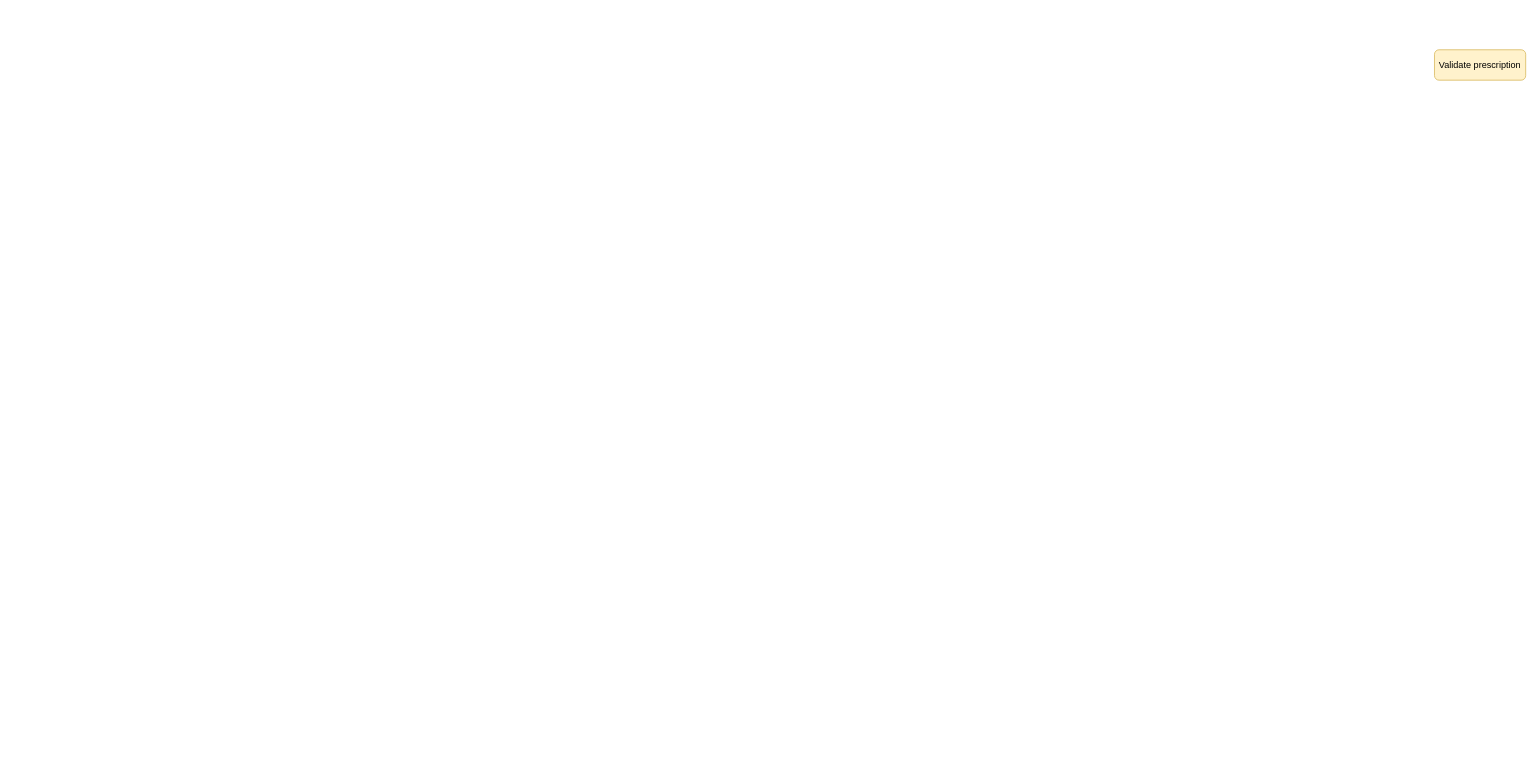
Above: page "Extra features for future releases" (8 of 9) of Untitled Diagram.drawio in Fredabb/MediMark-roadmap (draw.io), before the change. Source tidied: cells renumbered, new cells numbered last; positions are measured from the earlier drawing's top-left corner, leaving out a move shared by most shapes. Both pictures are drawn from the tidied source at 76%, with x=0, y=0 at pixel (1434, 49).
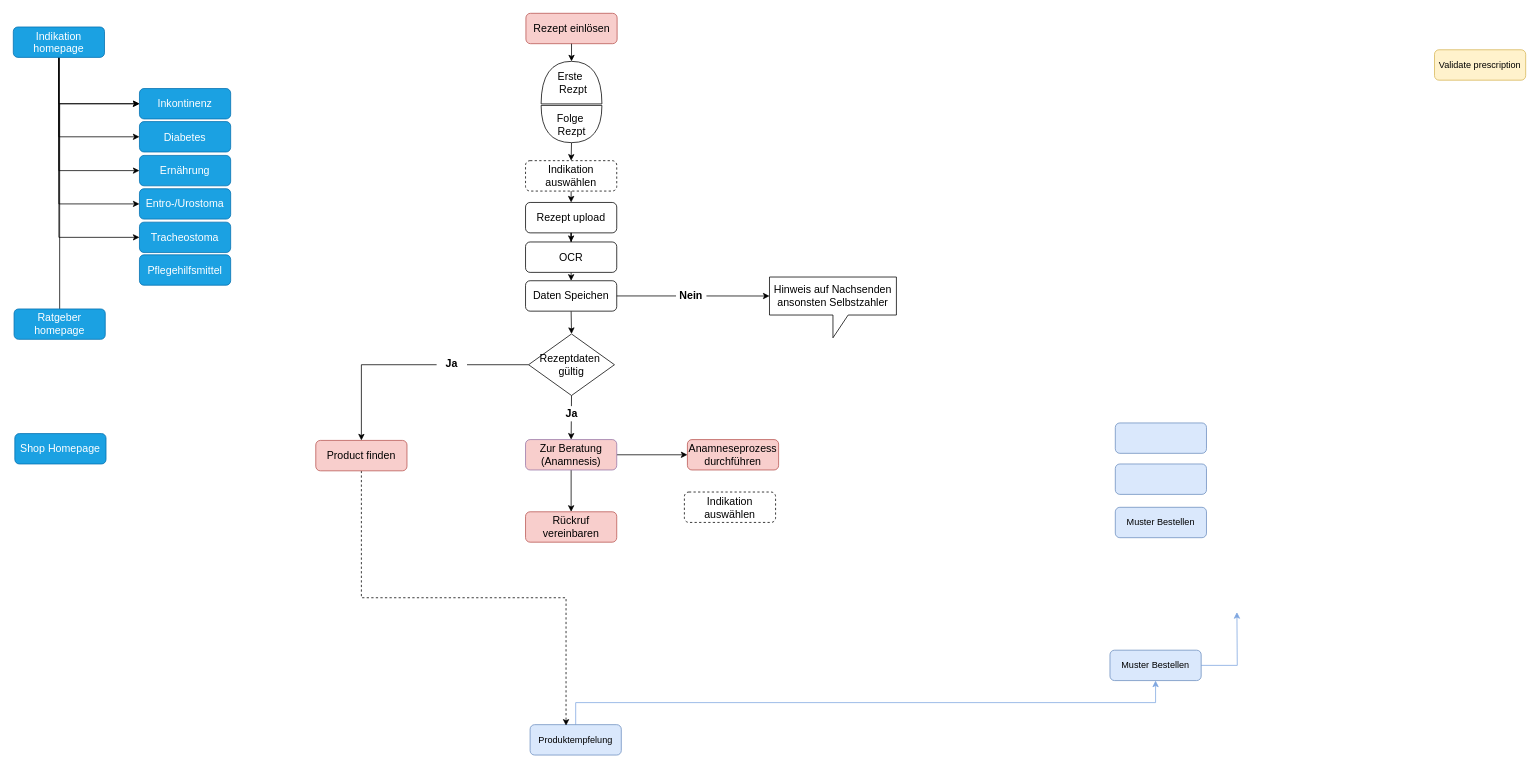
Above is the later version.

The edit, as a diff of the source:
```diff
@@
+    <mxCell id="3" value="&lt;font style=&quot;font-size: 14px&quot;&gt;Rezept einlösen&lt;/font&gt;" style="rounded=1;whiteSpace=wrap;html=1;fontSize=12;glass=0;strokeWidth=1;shadow=0;strokeColor=#b85450;fillColor=#F8CECC;" parent="1" vertex="1">
+      <mxGeometry x="-1195.5" y="-48" width="120" height="40" as="geometry" />
+    </mxCell>
+    <mxCell id="4" style="edgeStyle=orthogonalEdgeStyle;rounded=0;jettySize=auto;html=1;exitX=0.5;exitY=0;exitDx=0;exitDy=0;entryX=0.5;entryY=1;entryDx=0;entryDy=0;startArrow=none;startFill=0;strokeColor=#7EA6E0;" parent="1" edge="1" source="5" target="13">
+      <mxGeometry relative="1" as="geometry" />
+    </mxCell>
+    <mxCell id="5" value="Produktempfelung" style="rounded=1;whiteSpace=wrap;html=1;fontSize=12;glass=0;strokeWidth=1;shadow=0;fillColor=#dae8fc;strokeColor=#6c8ebf;" parent="1" vertex="1">
+      <mxGeometry x="-1190" y="888" width="120" height="40" as="geometry" />
+    </mxCell>
+    <mxCell id="6" style="edgeStyle=orthogonalEdgeStyle;rounded=0;jettySize=auto;html=1;exitX=0.5;exitY=1;exitDx=0;exitDy=0;entryX=0.5;entryY=0;entryDx=0;entryDy=0;startArrow=none;startFill=0;endArrow=classic;endFill=1;strokeColor=#000000;fontSize=14;fontColor=#7EA6E0;" parent="1" edge="1" source="8" target="28">
+      <mxGeometry relative="1" as="geometry" />
+    </mxCell>
+    <mxCell id="7" style="edgeStyle=none;rounded=0;jettySize=auto;html=1;exitX=1;exitY=0.5;exitDx=0;exitDy=0;entryX=0;entryY=0.5;entryDx=0;entryDy=0;startArrow=none;startFill=0;endArrow=classic;endFill=1;strokeColor=#000000;fontSize=14;fontColor=#7EA6E0;" parent="1" edge="1" source="8" target="14">
+      <mxGeometry relative="1" as="geometry" />
+    </mxCell>
+    <mxCell id="8" value="&lt;font style=&quot;font-size: 14px&quot;&gt;Zur Beratung (Anamnesis)&lt;/font&gt;" style="rounded=1;whiteSpace=wrap;html=1;fontSize=12;glass=0;strokeWidth=1;shadow=0;strokeColor=#9673a6;fillColor=#F8CECC;" parent="1" vertex="1">
+      <mxGeometry x="-1196" y="512.9" width="120" height="40" as="geometry" />
+    </mxCell>
+    <mxCell id="9" style="edgeStyle=orthogonalEdgeStyle;rounded=0;jettySize=auto;html=1;exitX=0.5;exitY=1;exitDx=0;exitDy=0;entryX=0.394;entryY=0.033;entryDx=0;entryDy=0;entryPerimeter=0;dashed=1;" parent="1" edge="1" source="10" target="5">
+      <mxGeometry relative="1" as="geometry" />
+    </mxCell>
+    <mxCell id="10" value="&lt;font style=&quot;font-size: 14px&quot;&gt;Product finden&lt;/font&gt;" style="rounded=1;whiteSpace=wrap;html=1;fontSize=12;glass=0;strokeWidth=1;shadow=0;fillColor=#f8cecc;strokeColor=#b85450;" parent="1" vertex="1">
+      <mxGeometry x="-1472" y="514" width="120" height="40" as="geometry" />
+    </mxCell>
+    <mxCell id="11" value="Muster Bestellen" style="rounded=1;whiteSpace=wrap;html=1;fontSize=12;glass=0;strokeWidth=1;shadow=0;fillColor=#dae8fc;strokeColor=#6c8ebf;" parent="1" vertex="1">
+      <mxGeometry x="-420" y="602" width="120" height="40" as="geometry" />
+    </mxCell>
+    <mxCell id="12" style="edgeStyle=orthogonalEdgeStyle;rounded=0;jettySize=auto;html=1;exitX=1;exitY=0.5;exitDx=0;exitDy=0;entryX=0;entryY=0.5;entryDx=0;entryDy=0;strokeColor=#7EA6E0;" parent="1" edge="1" source="13">
+      <mxGeometry relative="1" as="geometry">
+        <mxPoint x="-260" y="740" as="targetPoint" />
+      </mxGeometry>
+    </mxCell>
+    <mxCell id="13" value="Muster Bestellen" style="rounded=1;whiteSpace=wrap;html=1;fontSize=12;glass=0;strokeWidth=1;shadow=0;fillColor=#dae8fc;strokeColor=#6c8ebf;" parent="1" vertex="1">
+      <mxGeometry x="-427" y="790" width="120" height="40" as="geometry" />
+    </mxCell>
+    <mxCell id="14" value="&lt;div&gt;&lt;font style=&quot;font-size: 14px&quot;&gt;Anamneseprozess&lt;/font&gt;&lt;/div&gt;&lt;div&gt;&lt;font style=&quot;font-size: 14px&quot;&gt;durchführen&lt;/font&gt;&lt;/div&gt;" style="rounded=1;whiteSpace=wrap;html=1;fontSize=14;glass=0;strokeWidth=1;shadow=0;fillColor=#f8cecc;strokeColor=#b85450;" parent="1" vertex="1">
+      <mxGeometry x="-983" y="512.9" width="120" height="40" as="geometry" />
+    </mxCell>
+    <mxCell id="15" style="rounded=1;whiteSpace=wrap;html=1;fontSize=12;glass=0;strokeWidth=1;shadow=0;fillColor=#dae8fc;strokeColor=#6c8ebf;" parent="1" vertex="1">
+      <mxGeometry x="-420" y="545" width="120" height="40" as="geometry" />
+    </mxCell>
+    <mxCell id="16" style="rounded=1;whiteSpace=wrap;html=1;fontSize=12;glass=0;strokeWidth=1;shadow=0;fillColor=#dae8fc;strokeColor=#6c8ebf;" parent="1" vertex="1">
+      <mxGeometry x="-420" y="491" width="120" height="40" as="geometry" />
+    </mxCell>
+    <mxCell id="17" value="&lt;font style=&quot;font-size: 14px&quot;&gt;Inkontinenz&lt;/font&gt;" style="rounded=1;whiteSpace=wrap;html=1;fontSize=12;glass=0;strokeWidth=1;shadow=0;fillColor=#1ba1e2;strokeColor=#006EAF;fontColor=#ffffff;" parent="1" vertex="1">
+      <mxGeometry x="-1704" y="51" width="120" height="40" as="geometry" />
+    </mxCell>
+    <mxCell id="18" style="edgeStyle=orthogonalEdgeStyle;rounded=0;jettySize=auto;html=1;" parent="1" edge="1" source="19" target="21">
+      <mxGeometry relative="1" as="geometry" />
+    </mxCell>
+    <mxCell id="19" value="&lt;font style=&quot;font-size: 14px&quot;&gt;Rezept upload&lt;/font&gt;" style="rounded=1;whiteSpace=wrap;html=1;fontSize=12;glass=0;strokeWidth=1;shadow=0;" parent="1" vertex="1">
+      <mxGeometry x="-1196" y="200.9" width="120" height="40" as="geometry" />
+    </mxCell>
+    <mxCell id="20" style="edgeStyle=none;rounded=0;jettySize=auto;html=1;exitX=0.5;exitY=1;exitDx=0;exitDy=0;entryX=0.5;entryY=0;entryDx=0;entryDy=0;startArrow=none;startFill=0;endArrow=classic;endFill=1;strokeColor=#000000;fontSize=14;fontColor=#7EA6E0;" parent="1" edge="1" source="21" target="25">
+      <mxGeometry relative="1" as="geometry" />
+    </mxCell>
+    <mxCell id="21" value="&lt;font style=&quot;font-size: 14px&quot;&gt;OCR&lt;/font&gt;" style="rounded=1;whiteSpace=wrap;html=1;fontSize=12;glass=0;strokeWidth=1;shadow=0;" parent="1" vertex="1">
+      <mxGeometry x="-1196" y="252.9" width="120" height="40" as="geometry" />
+    </mxCell>
+    <mxCell id="22" style="edgeStyle=none;rounded=0;jettySize=auto;html=1;exitX=1;exitY=0.5;exitDx=0;exitDy=0;exitPerimeter=0;entryX=0.5;entryY=0;entryDx=0;entryDy=0;startArrow=none;startFill=0;endArrow=classic;endFill=1;strokeColor=#000000;fontSize=14;fontColor=#7EA6E0;" parent="1" edge="1" source="23" target="43">
+      <mxGeometry relative="1" as="geometry" />
+    </mxCell>
+    <mxCell id="23" value="&lt;font color=&quot;#000000&quot;&gt;Folge&amp;nbsp; Rezpt&lt;/font&gt;" style="shape=or;whiteSpace=wrap;html=1;strokeColor=#000000;fillColor=#FFFFFF;fontSize=14;fontColor=#7EA6E0;direction=south;" parent="1" vertex="1">
+      <mxGeometry x="-1175.5" y="73.2" width="80" height="49" as="geometry" />
+    </mxCell>
+    <mxCell id="24" style="edgeStyle=none;rounded=0;jettySize=auto;html=1;exitX=0.5;exitY=1;exitDx=0;exitDy=0;entryX=0.5;entryY=0;entryDx=0;entryDy=0;startArrow=none;startFill=0;endArrow=classic;endFill=1;strokeColor=#000000;fontSize=14;fontColor=#7EA6E0;" parent="1" edge="1" source="25" target="31">
+      <mxGeometry relative="1" as="geometry" />
+    </mxCell>
+    <mxCell id="25" value="&lt;font style=&quot;font-size: 14px&quot;&gt;Daten Speichen&lt;/font&gt;" style="rounded=1;whiteSpace=wrap;html=1;fontSize=12;glass=0;strokeWidth=1;shadow=0;" parent="1" vertex="1">
+      <mxGeometry x="-1196" y="303.9" width="120" height="40" as="geometry" />
+    </mxCell>
+    <mxCell id="26" value="&lt;span style=&quot;color: rgb(0 , 0 , 0)&quot;&gt;Erste&amp;nbsp; &amp;nbsp;Rezpt&lt;/span&gt;" style="shape=or;whiteSpace=wrap;html=1;strokeColor=#000000;fillColor=#FFFFFF;fontSize=14;fontColor=#7EA6E0;direction=north;" parent="1" vertex="1">
+      <mxGeometry x="-1175.5" y="15.2" width="80" height="56" as="geometry" />
+    </mxCell>
+    <mxCell id="27" style="edgeStyle=none;rounded=0;jettySize=auto;html=1;exitX=0.5;exitY=1;exitDx=0;exitDy=0;startArrow=none;startFill=0;endArrow=classic;endFill=1;strokeColor=#000000;fontSize=14;fontColor=#7EA6E0;" parent="1" edge="1" source="3" target="26">
+      <mxGeometry relative="1" as="geometry" />
+    </mxCell>
+    <mxCell id="28" value="&lt;font style=&quot;font-size: 14px&quot;&gt;Rückruf vereinbaren&lt;/font&gt;" style="rounded=1;whiteSpace=wrap;html=1;fillColor=#f8cecc;strokeColor=#b85450;fontSize=14;" parent="1" vertex="1">
+      <mxGeometry x="-1196" y="607.9" width="120" height="40" as="geometry" />
+    </mxCell>
+    <mxCell id="29" style="edgeStyle=none;rounded=0;jettySize=auto;html=1;exitX=0.5;exitY=1;exitDx=0;exitDy=0;entryX=0.5;entryY=0;entryDx=0;entryDy=0;startArrow=none;startFill=0;endArrow=classic;endFill=1;strokeColor=#000000;fontSize=14;fontColor=#7EA6E0;" parent="1" edge="1" source="31" target="8">
+      <mxGeometry relative="1" as="geometry" />
+    </mxCell>
+    <mxCell id="30" style="edgeStyle=orthogonalEdgeStyle;rounded=0;jettySize=auto;html=1;exitX=0;exitY=0.5;exitDx=0;exitDy=0;entryX=0.5;entryY=0;entryDx=0;entryDy=0;startArrow=none;startFill=0;endArrow=classic;endFill=1;strokeColor=#000000;fontSize=14;fontColor=#7EA6E0;" parent="1" edge="1" source="31" target="10">
+      <mxGeometry relative="1" as="geometry" />
+    </mxCell>
+    <mxCell id="31" value="&lt;font color=&quot;#000000&quot;&gt;Rezeptdaten&amp;nbsp;&lt;br&gt;gültig&lt;/font&gt;" style="rhombus;whiteSpace=wrap;html=1;strokeColor=#000000;fillColor=#FFFFFF;fontSize=14;fontColor=#7EA6E0;" parent="1" vertex="1">
+      <mxGeometry x="-1192" y="373.9" width="113" height="81" as="geometry" />
+    </mxCell>
+    <mxCell id="32" value="&lt;font color=&quot;#000000&quot; size=&quot;1&quot;&gt;&lt;b style=&quot;font-size: 14px&quot;&gt;Ja&lt;/b&gt;&lt;/font&gt;" style="text;html=1;strokeColor=none;align=center;verticalAlign=middle;whiteSpace=wrap;rounded=0;fontColor=#7EA6E0;fillColor=#ffffff;" parent="1" vertex="1">
+      <mxGeometry x="-1155.5" y="468.9" width="40" height="20" as="geometry" />
+    </mxCell>
+    <mxCell id="33" value="&lt;span style=&quot;color: rgb(0 , 0 , 0)&quot;&gt;Hinweis auf Nachsenden ansonsten Selbstzahler&lt;/span&gt;" style="shape=callout;whiteSpace=wrap;html=1;perimeter=calloutPerimeter;strokeColor=#000000;fillColor=#FFFFFF;fontSize=14;fontColor=#7EA6E0;" parent="1" vertex="1">
+      <mxGeometry x="-875" y="299" width="167" height="80" as="geometry" />
+    </mxCell>
+    <mxCell id="34" style="edgeStyle=orthogonalEdgeStyle;rounded=0;jettySize=auto;html=1;exitX=0.5;exitY=1;exitDx=0;exitDy=0;entryX=0;entryY=0.5;entryDx=0;entryDy=0;startArrow=none;startFill=0;endArrow=classic;endFill=1;strokeColor=#000000;fontSize=14;fontColor=#7EA6E0;" parent="1" edge="1" source="39" target="17">
+      <mxGeometry relative="1" as="geometry" />
+    </mxCell>
+    <mxCell id="35" style="edgeStyle=orthogonalEdgeStyle;rounded=0;jettySize=auto;html=1;exitX=0.5;exitY=1;exitDx=0;exitDy=0;entryX=0;entryY=0.5;entryDx=0;entryDy=0;startArrow=none;startFill=0;endArrow=classic;endFill=1;strokeColor=#000000;fontSize=14;fontColor=#7EA6E0;" parent="1" edge="1" source="39" target="45">
+      <mxGeometry relative="1" as="geometry" />
+    </mxCell>
+    <mxCell id="36" style="edgeStyle=orthogonalEdgeStyle;rounded=0;jettySize=auto;html=1;exitX=0.5;exitY=1;exitDx=0;exitDy=0;entryX=0;entryY=0.5;entryDx=0;entryDy=0;startArrow=none;startFill=0;endArrow=classic;endFill=1;strokeColor=#000000;fontSize=14;fontColor=#7EA6E0;" parent="1" edge="1" source="39" target="44">
+      <mxGeometry relative="1" as="geometry" />
+    </mxCell>
+    <mxCell id="37" style="edgeStyle=orthogonalEdgeStyle;rounded=0;jettySize=auto;html=1;exitX=0.5;exitY=1;exitDx=0;exitDy=0;entryX=0;entryY=0.5;entryDx=0;entryDy=0;startArrow=none;startFill=0;endArrow=classic;endFill=1;strokeColor=#000000;fontSize=14;fontColor=#7EA6E0;" parent="1" edge="1" source="39" target="46">
+      <mxGeometry relative="1" as="geometry" />
+    </mxCell>
+    <mxCell id="38" style="edgeStyle=orthogonalEdgeStyle;rounded=0;jettySize=auto;html=1;exitX=0.5;exitY=1;exitDx=0;exitDy=0;entryX=0;entryY=0.5;entryDx=0;entryDy=0;startArrow=none;startFill=0;endArrow=classic;endFill=1;strokeColor=#000000;fontSize=14;fontColor=#7EA6E0;" parent="1" edge="1" source="39" target="47">
+      <mxGeometry relative="1" as="geometry" />
+    </mxCell>
+    <mxCell id="39" value="&lt;font style=&quot;font-size: 14px&quot;&gt;Indikation homepage&lt;/font&gt;" style="rounded=1;whiteSpace=wrap;html=1;fontSize=12;glass=0;strokeWidth=1;shadow=0;strokeColor=#006EAF;fillColor=#1ba1e2;fontColor=#ffffff;" parent="1" vertex="1">
+      <mxGeometry x="-1870" y="-30" width="120" height="40" as="geometry" />
+    </mxCell>
+    <mxCell id="40" style="edgeStyle=orthogonalEdgeStyle;rounded=0;jettySize=auto;html=1;exitX=0.5;exitY=0;exitDx=0;exitDy=0;entryX=0;entryY=0.5;entryDx=0;entryDy=0;startArrow=none;startFill=0;endArrow=classic;endFill=1;strokeColor=#000000;fontSize=14;fontColor=#7EA6E0;" parent="1" edge="1" source="41" target="17">
+      <mxGeometry relative="1" as="geometry" />
+    </mxCell>
+    <mxCell id="41" value="&lt;font style=&quot;font-size: 14px&quot;&gt;Ratgeber homepage&lt;/font&gt;" style="rounded=1;whiteSpace=wrap;html=1;fontSize=12;glass=0;strokeWidth=1;shadow=0;strokeColor=#006EAF;fillColor=#1ba1e2;fontColor=#ffffff;" parent="1" vertex="1">
+      <mxGeometry x="-1869" y="341" width="120" height="40" as="geometry" />
+    </mxCell>
+    <mxCell id="42" style="edgeStyle=none;rounded=0;jettySize=auto;html=1;exitX=0.5;exitY=1;exitDx=0;exitDy=0;entryX=0.5;entryY=0;entryDx=0;entryDy=0;startArrow=none;startFill=0;endArrow=classic;endFill=1;strokeColor=#000000;fontSize=14;fontColor=#7EA6E0;" parent="1" edge="1" source="43" target="19">
+      <mxGeometry relative="1" as="geometry" />
+    </mxCell>
+    <mxCell id="43" value="&lt;font style=&quot;font-size: 14px&quot;&gt;Indikation auswählen&lt;/font&gt;" style="rounded=1;whiteSpace=wrap;html=1;fontSize=12;glass=0;strokeWidth=1;shadow=0;dashed=1;" parent="1" vertex="1">
+      <mxGeometry x="-1196" y="145.9" width="120" height="40" as="geometry" />
+    </mxCell>
+    <mxCell id="44" value="&lt;font style=&quot;font-size: 14px&quot;&gt;Ernährung&lt;/font&gt;" style="rounded=1;whiteSpace=wrap;html=1;fontSize=12;glass=0;strokeWidth=1;shadow=0;fillColor=#1ba1e2;strokeColor=#006EAF;fontColor=#ffffff;" parent="1" vertex="1">
+      <mxGeometry x="-1704" y="139" width="120" height="40" as="geometry" />
+    </mxCell>
+    <mxCell id="45" value="&lt;font style=&quot;font-size: 14px&quot;&gt;Diabetes&lt;/font&gt;" style="rounded=1;whiteSpace=wrap;html=1;fontSize=12;glass=0;strokeWidth=1;shadow=0;fillColor=#1ba1e2;strokeColor=#006EAF;fontColor=#ffffff;" parent="1" vertex="1">
+      <mxGeometry x="-1704" y="94.5" width="120" height="40" as="geometry" />
+    </mxCell>
+    <mxCell id="46" value="&lt;font style=&quot;font-size: 14px&quot;&gt;Entro-/Urostoma&lt;/font&gt;" style="rounded=1;whiteSpace=wrap;html=1;fontSize=12;glass=0;strokeWidth=1;shadow=0;fillColor=#1ba1e2;strokeColor=#006EAF;fontColor=#ffffff;" parent="1" vertex="1">
+      <mxGeometry x="-1704" y="182.8" width="120" height="40" as="geometry" />
+    </mxCell>
+    <mxCell id="47" value="&lt;font style=&quot;font-size: 14px&quot;&gt;Tracheostoma&lt;/font&gt;" style="rounded=1;whiteSpace=wrap;html=1;fontSize=12;glass=0;strokeWidth=1;shadow=0;fillColor=#1ba1e2;strokeColor=#006EAF;fontColor=#ffffff;" parent="1" vertex="1">
+      <mxGeometry x="-1704" y="226.8" width="120" height="40" as="geometry" />
+    </mxCell>
+    <mxCell id="48" value="&lt;font style=&quot;font-size: 14px&quot;&gt;Pflegehilfsmittel&lt;/font&gt;" style="rounded=1;whiteSpace=wrap;html=1;fontSize=12;glass=0;strokeWidth=1;shadow=0;fillColor=#1ba1e2;strokeColor=#006EAF;fontColor=#ffffff;" parent="1" vertex="1">
+      <mxGeometry x="-1704" y="269.8" width="120" height="40" as="geometry" />
+    </mxCell>
+    <mxCell id="49" value="&lt;font style=&quot;font-size: 14px&quot;&gt;Indikation auswählen&lt;/font&gt;" style="rounded=1;whiteSpace=wrap;html=1;fontSize=12;glass=0;strokeWidth=1;shadow=0;dashed=1;" parent="1" vertex="1">
+      <mxGeometry x="-987" y="581.9" width="120" height="40" as="geometry" />
+    </mxCell>
+    <mxCell id="50" value="&lt;font style=&quot;font-size: 14px&quot;&gt;Shop Homepage&lt;/font&gt;" style="rounded=1;whiteSpace=wrap;html=1;fontSize=12;glass=0;strokeWidth=1;shadow=0;strokeColor=#006EAF;fillColor=#1ba1e2;fontColor=#ffffff;" parent="1" vertex="1">
+      <mxGeometry x="-1868" y="505" width="120" height="40" as="geometry" />
+    </mxCell>
+    <mxCell id="51" style="edgeStyle=orthogonalEdgeStyle;rounded=0;jettySize=auto;html=1;exitX=1;exitY=0.5;exitDx=0;exitDy=0;entryX=0;entryY=0;entryDx=0;entryDy=25;entryPerimeter=0;startArrow=none;startFill=0;endArrow=classic;endFill=1;strokeColor=#000000;fontSize=14;fontColor=#7EA6E0;" parent="1" edge="1" source="25" target="33">
+      <mxGeometry relative="1" as="geometry" />
+    </mxCell>
+    <mxCell id="52" value="&lt;font color=&quot;#000000&quot; size=&quot;1&quot;&gt;&lt;b style=&quot;font-size: 14px&quot;&gt;Nein&lt;/b&gt;&lt;/font&gt;" style="text;html=1;strokeColor=none;align=center;verticalAlign=middle;whiteSpace=wrap;rounded=0;fontColor=#7EA6E0;fillColor=#ffffff;" parent="1" vertex="1">
+      <mxGeometry x="-998" y="314" width="40" height="20" as="geometry" />
+    </mxCell>
+    <mxCell id="53" value="&lt;font color=&quot;#000000&quot; size=&quot;1&quot;&gt;&lt;b style=&quot;font-size: 14px&quot;&gt;Ja&lt;/b&gt;&lt;/font&gt;" style="text;html=1;strokeColor=none;align=center;verticalAlign=middle;whiteSpace=wrap;rounded=0;fontColor=#7EA6E0;fillColor=#ffffff;" parent="1" vertex="1">
+      <mxGeometry x="-1313" y="403" width="40" height="20" as="geometry" />
+    </mxCell>
```
